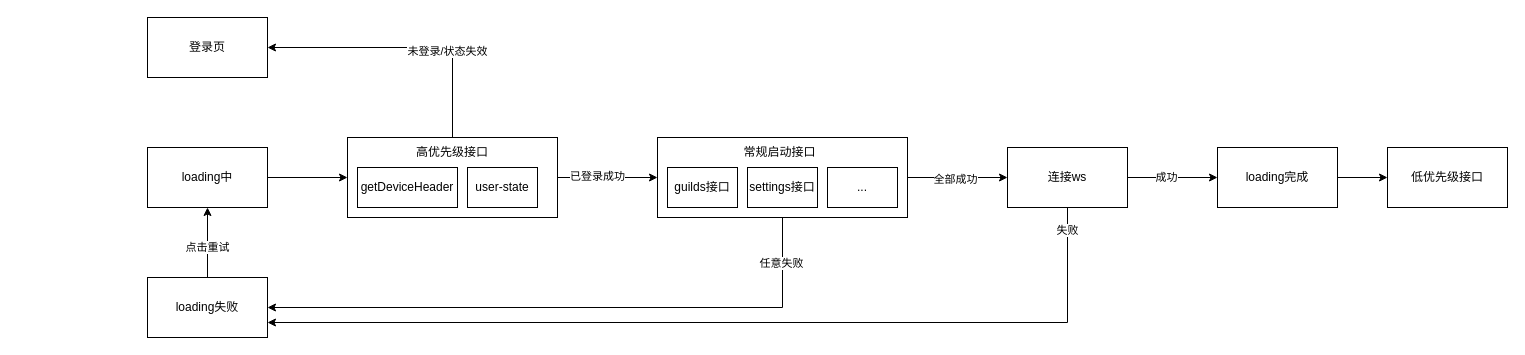
ccccccp/draw-io keeps this draw.io diagram as loading过程优化.drawio. Above is the earlier version. Source tidied: cells renumbered, new cells numbered last; positions are measured from the earlier drawing's top-left corner, leaving out a move shared by most shapes. Both pictures are drawn from the tidied source at 100%, with x=0, y=0 at pixel (147, 17).
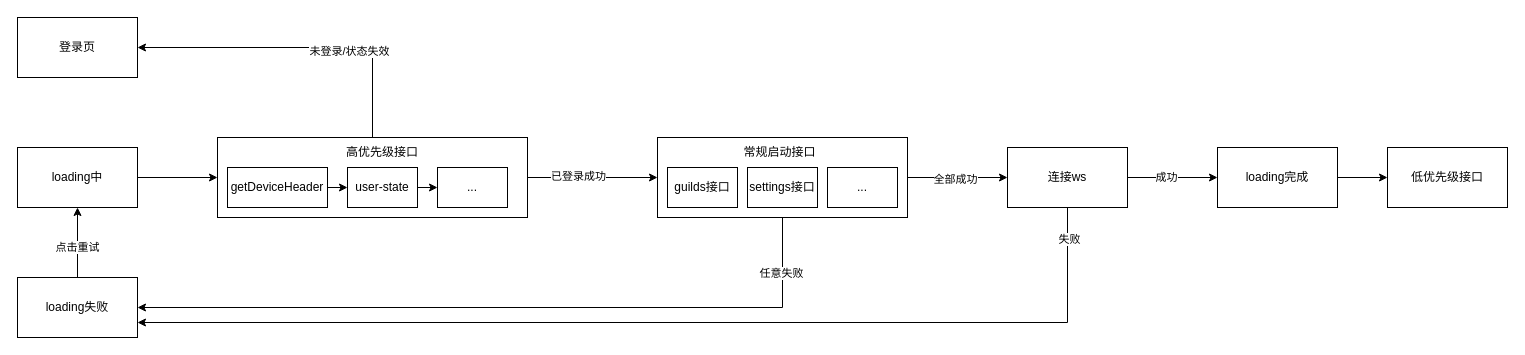
Above is the later version.

Commit message (it also covers changes not shown here):
更新loading过程优化.drawio

Unchanged cells that the change refers to:
```xml
<mxCell id="20" value="连接ws" style="rounded=0;whiteSpace=wrap;html=1;" parent="1" vertex="1">
  <mxGeometry x="860" y="130" width="120" height="60" as="geometry" />
</mxCell>
```

Change to the diagram source:
```diff
@@
     <mxCell id="2" value="登录页" style="rounded=0;whiteSpace=wrap;html=1;" parent="1" vertex="1">
-      <mxGeometry width="120" height="60" as="geometry" />
+      <mxGeometry x="-130" width="120" height="60" as="geometry" />
     </mxCell>
     <mxCell id="3" style="rounded=0;whiteSpace=wrap;html=1;" parent="1" vertex="1">
-      <mxGeometry x="200" y="120" width="210" height="80" as="geometry" />
+      <mxGeometry x="70" y="120" width="310" height="80" as="geometry" />
     </mxCell>
@@
     <mxCell id="10" value="loading中" style="rounded=0;whiteSpace=wrap;html=1;" parent="1" vertex="1">
-      <mxGeometry y="130" width="120" height="60" as="geometry" />
+      <mxGeometry x="-130" y="130" width="120" height="60" as="geometry" />
     </mxCell>
@@
-    <mxCell id="18" style="edgeStyle=orthogonalEdgeStyle;rounded=0;jettySize=auto;html=1;exitX=0.75;exitY=1;exitDx=0;exitDy=0;entryX=1;entryY=0.75;entryDx=0;entryDy=0;" parent="1" edge="1" target="26">
+    <mxCell id="18" style="edgeStyle=orthogonalEdgeStyle;rounded=0;jettySize=auto;html=1;exitX=0.5;exitY=1;exitDx=0;exitDy=0;entryX=1;entryY=0.75;entryDx=0;entryDy=0;" parent="1" edge="1" source="20" target="26">
       <mxGeometry relative="1" as="geometry">
-        <mxPoint x="940" y="190" as="sourcePoint" />
         <Array as="points">
-          <mxPoint x="920" y="190" />
           <mxPoint x="920" y="305" />
         </Array>
       </mxGeometry>
     </mxCell>
     <mxCell id="19" value="失败" style="edgeLabel;html=1;align=center;verticalAlign=middle;" parent="18" vertex="1">
-      <mxGeometry x="-0.91" y="-1" relative="1" as="geometry" />
+      <mxGeometry x="-0.94" y="1" relative="1" as="geometry" />
     </mxCell>
@@
     <mxCell id="26" value="loading失败" style="rounded=0;whiteSpace=wrap;html=1;" parent="1" vertex="1">
-      <mxGeometry y="260" width="120" height="60" as="geometry" />
+      <mxGeometry x="-130" y="260" width="120" height="60" as="geometry" />
     </mxCell>
@@
     <mxCell id="30" value="高优先级接口" style="text;html=1;strokeColor=none;fillColor=none;align=center;verticalAlign=middle;whiteSpace=wrap;rounded=0;" parent="1" vertex="1">
-      <mxGeometry x="230" y="120" width="150" height="30" as="geometry" />
+      <mxGeometry x="160" y="120" width="150" height="30" as="geometry" />
     </mxCell>
+    <mxCell id="33" style="edgeStyle=orthogonalEdgeStyle;rounded=0;jettySize=auto;html=1;exitX=1;exitY=0.5;exitDx=0;exitDy=0;entryX=0;entryY=0.5;entryDx=0;entryDy=0;" parent="1" edge="1" source="31" target="32">
+      <mxGeometry relative="1" as="geometry" />
+    </mxCell>
     <mxCell id="31" value="getDeviceHeader" style="rounded=0;whiteSpace=wrap;html=1;" parent="1" vertex="1">
-      <mxGeometry x="210" y="150" width="100" height="40" as="geometry" />
+      <mxGeometry x="80" y="150" width="100" height="40" as="geometry" />
     </mxCell>
+    <mxCell id="34" style="edgeStyle=orthogonalEdgeStyle;rounded=0;jettySize=auto;html=1;exitX=1;exitY=0.5;exitDx=0;exitDy=0;entryX=0;entryY=0.5;entryDx=0;entryDy=0;" parent="1" edge="1" source="32" target="35">
+      <mxGeometry relative="1" as="geometry" />
+    </mxCell>
     <mxCell id="32" value="user-state" style="rounded=0;whiteSpace=wrap;html=1;" parent="1" vertex="1">
-      <mxGeometry x="320" y="150" width="70" height="40" as="geometry" />
+      <mxGeometry x="200" y="150" width="70" height="40" as="geometry" />
     </mxCell>
+    <mxCell id="35" value="..." style="rounded=0;whiteSpace=wrap;html=1;" parent="1" vertex="1">
+      <mxGeometry x="290" y="150" width="70" height="40" as="geometry" />
+    </mxCell>
```
